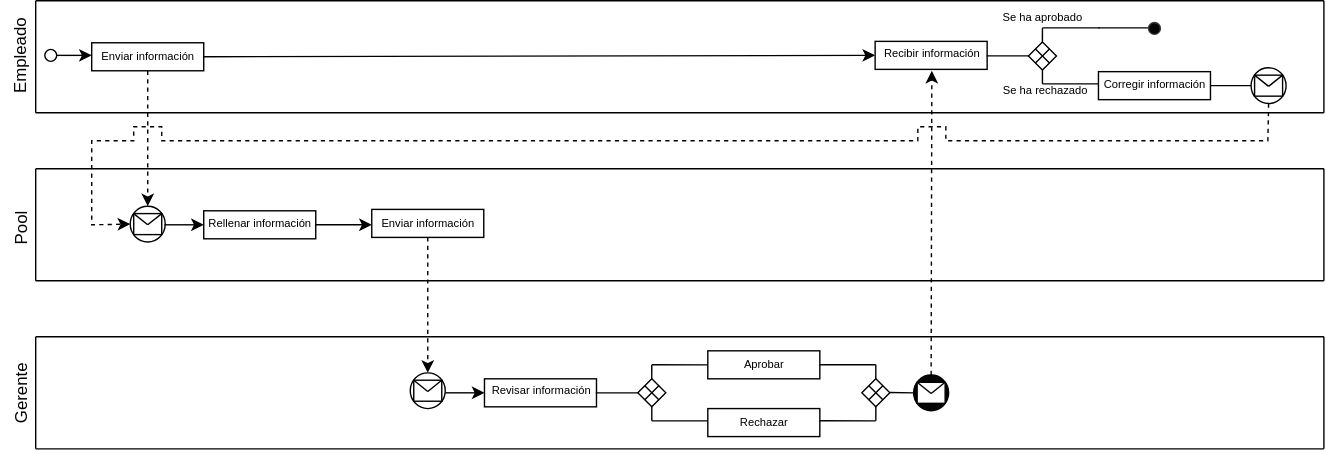
Above: LAB2/out/informacion_revisada.svg in emg842/INRE-UAL-ROJO-2022 (draw.io), before the change. Source tidied: cells renumbered, new cells last; positions are measured from the earlier drawing's top-left corner, leaving out a move shared by most shapes.
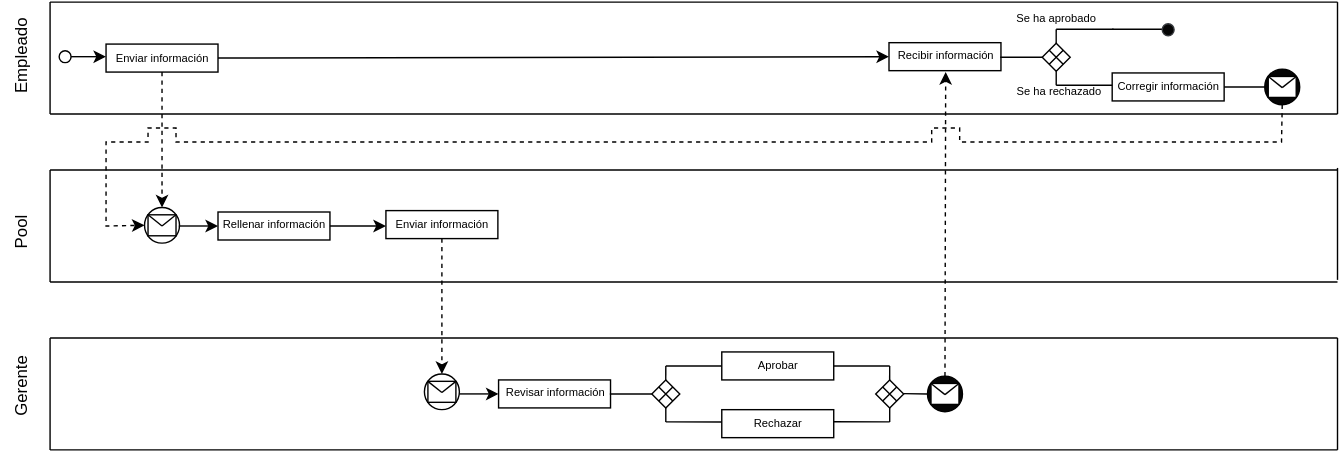
Above is the later version.

Commit message:
cambio detalle diagramas BPMN para facilitar su interpretación

The edit, as a diff of the source:
```diff
@@ -75,13 +75,13 @@
       </mxGeometry>
     </mxCell>
     <mxCell id="14" value="Empleado" style="text;html=1;align=center;verticalAlign=middle;strokeColor=none;fillColor=none;rotation=-90;" parent="1" vertex="1">
-      <mxGeometry x="-0.1" y="25" width="80" height="30" as="geometry" />
+      <mxGeometry x="-10" y="24" width="80" height="30" as="geometry" />
     </mxCell>
     <mxCell id="15" value="Gerente" style="text;html=1;align=center;verticalAlign=middle;strokeColor=none;fillColor=none;rotation=-90;" parent="1" vertex="1">
-      <mxGeometry x="5" y="266" width="70" height="30" as="geometry" />
+      <mxGeometry x="-5" y="260" width="70" height="30" as="geometry" />
     </mxCell>
     <mxCell id="16" value="Pool" style="text;html=1;align=center;verticalAlign=middle;strokeColor=none;fillColor=none;rotation=-90;" parent="1" vertex="1">
-      <mxGeometry x="15" y="148" width="50" height="30" as="geometry" />
+      <mxGeometry x="5" y="150" width="50" height="30" as="geometry" />
     </mxCell>
     <mxCell id="17" style="ellipse;whiteSpace=wrap;html=1;" parent="1" vertex="1">
       <mxGeometry x="56.5" y="34.8" width="8.5" height="8.5" as="geometry" />
@@ -320,7 +320,7 @@
     <mxCell id="73" value="&lt;font style=&quot;font-size: 8px;&quot;&gt;Se ha rechazado&amp;nbsp;&lt;/font&gt;" style="text;html=1;align=center;verticalAlign=middle;strokeColor=none;fillColor=none;rotation=0;fontSize=8;" parent="1" vertex="1">
       <mxGeometry x="727" y="54" width="90" height="20" as="geometry" />
     </mxCell>
-    <mxCell id="74" style="ellipse;whiteSpace=wrap;html=1;fontFamily=Times New Roman;fontSize=9;" parent="1" vertex="1">
+    <mxCell id="74" style="ellipse;whiteSpace=wrap;html=1;fontFamily=Times New Roman;fontSize=9;fillColor=#050505;" parent="1" vertex="1">
       <mxGeometry x="918" y="47.9" width="25" height="25.5" as="geometry" />
     </mxCell>
     <mxCell id="75" style="rounded=0;whiteSpace=wrap;html=1;fontFamily=Times New Roman;fontSize=9;" parent="1" vertex="1">
@@ -363,23 +363,23 @@
     <mxCell id="81" style="endArrow=classic;html=1;rounded=0;exitX=1;exitY=0.5;exitDx=0;exitDy=0;entryX=0;entryY=0.5;entryDx=0;entryDy=0;" parent="1" edge="1" source="19" target="58">
       <mxGeometry relative="1" as="geometry" />
     </mxCell>
-    <mxCell id="82" style="endArrow=none;html=1;rounded=0;" parent="1" edge="1">
-      <mxGeometry relative="1" as="geometry">
-        <mxPoint x="970" y="320" as="sourcePoint" />
-        <mxPoint x="970" y="240" as="targetPoint" />
-      </mxGeometry>
-    </mxCell>
-    <mxCell id="83" style="endArrow=none;html=1;rounded=0;" parent="1" edge="1">
-      <mxGeometry relative="1" as="geometry">
-        <mxPoint x="970" y="200" as="sourcePoint" />
-        <mxPoint x="970" y="120" as="targetPoint" />
-      </mxGeometry>
-    </mxCell>
-    <mxCell id="84" style="endArrow=none;html=1;rounded=0;" parent="1" edge="1">
-      <mxGeometry relative="1" as="geometry">
-        <mxPoint x="970" y="80" as="sourcePoint" />
-        <mxPoint x="970" as="targetPoint" />
-      </mxGeometry>
-    </mxCell>
+    <mxCell id="85" style="endArrow=none;html=1;rounded=0;" parent="1" edge="1">
+      <mxGeometry relative="1" as="geometry">
+        <mxPoint x="970" y="80" as="sourcePoint" />
+        <mxPoint x="970" as="targetPoint" />
+      </mxGeometry>
+    </mxCell>
+    <mxCell id="86" style="endArrow=none;html=1;rounded=0;" parent="1" edge="1">
+      <mxGeometry relative="1" as="geometry">
+        <mxPoint x="970" y="198.5" as="sourcePoint" />
+        <mxPoint x="970" y="118.5" as="targetPoint" />
+      </mxGeometry>
+    </mxCell>
+    <mxCell id="87" style="endArrow=none;html=1;rounded=0;" parent="1" edge="1">
+      <mxGeometry relative="1" as="geometry">
+        <mxPoint x="970" y="320" as="sourcePoint" />
+        <mxPoint x="970" y="240" as="targetPoint" />
+      </mxGeometry>
+    </mxCell>
   </root>
 </mxGraphModel>
```
